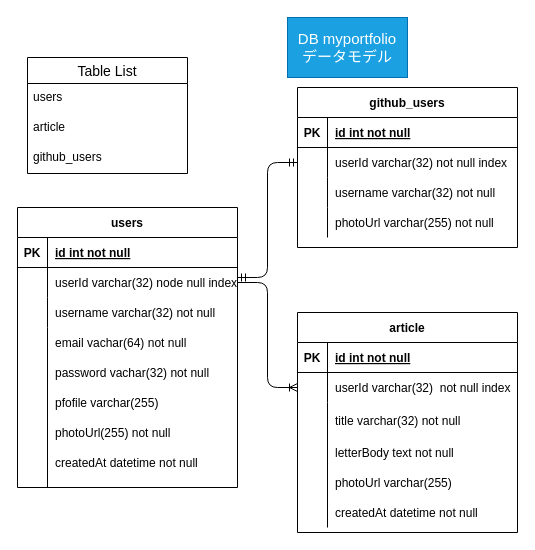
Before: db.dio in hirohana/technologypost-backend, a draw.io diagram. Source tidied: cells renumbered, new cells numbered last; positions are measured from the earlier drawing's top-left corner, leaving out a move shared by most shapes. Both pictures are drawn from the tidied source at 100%, with x=0, y=0 at pixel (17, 17).
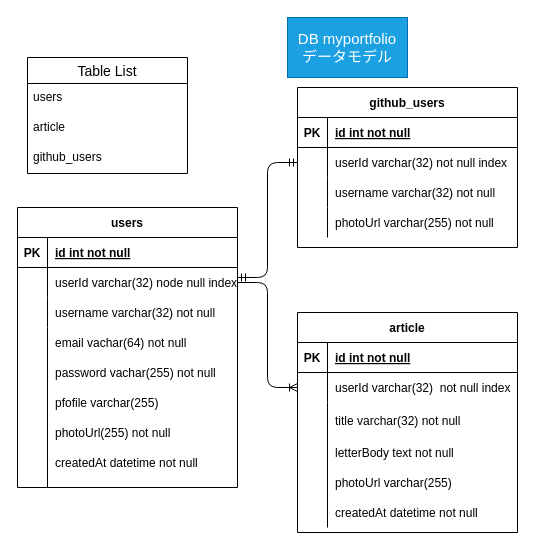
After the change.

Change to the diagram source:
```diff
@@
-    <mxCell id="54" value="password vachar(32) not null" style="shape=partialRectangle;fillColor=none;top=0;left=0;bottom=0;right=0;align=left;spacingLeft=6;overflow=hidden;" parent="1" vertex="1">
+    <mxCell id="54" value="password vachar(255) not null" style="shape=partialRectangle;fillColor=none;top=0;left=0;bottom=0;right=0;align=left;spacingLeft=6;overflow=hidden;" parent="1" vertex="1">
       <mxGeometry x="30" y="340" width="190" height="30" as="geometry" />
     </mxCell>
```
